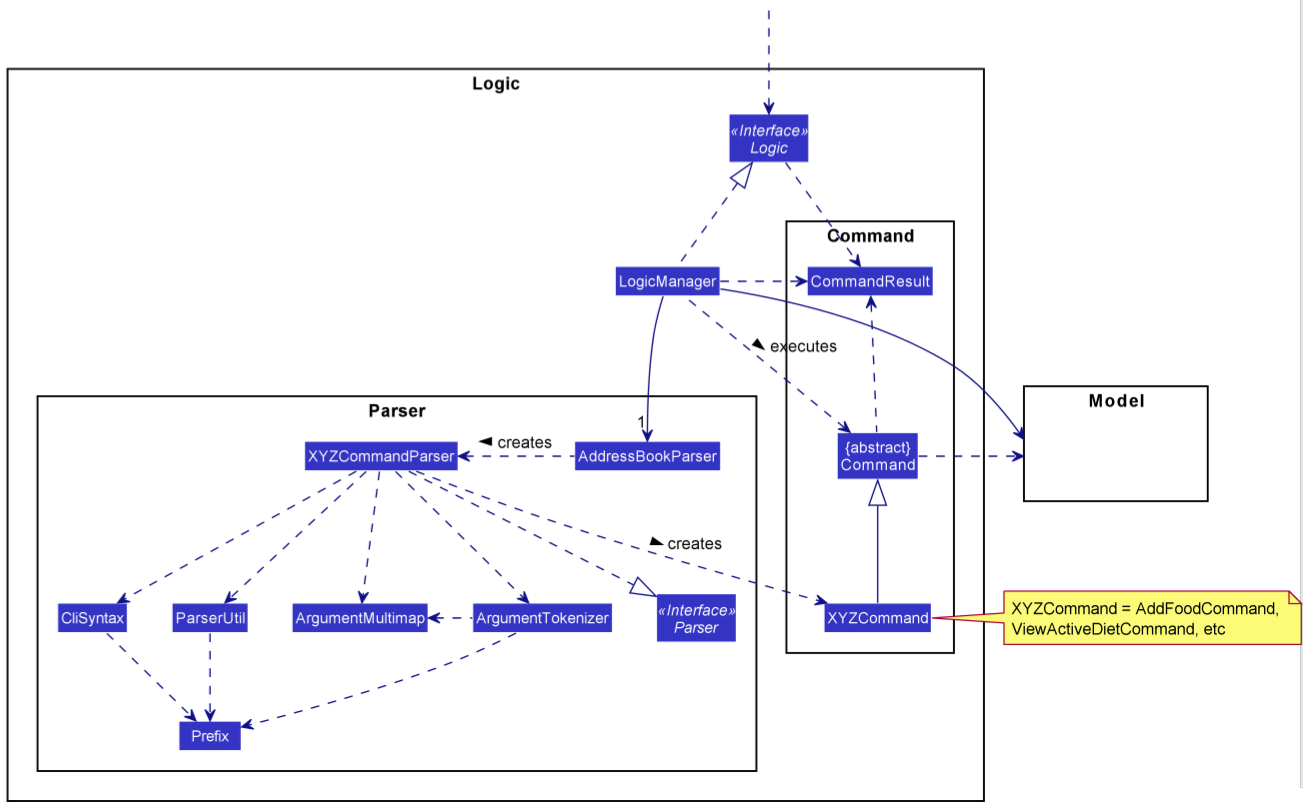
The PlantUML diagram docs/images/LogicClassDiagram.png in nus-cs2103-AY2021S2/tp, before a commit. Its source is kept beside it as docs/diagrams/LogicClassDiagram.puml.
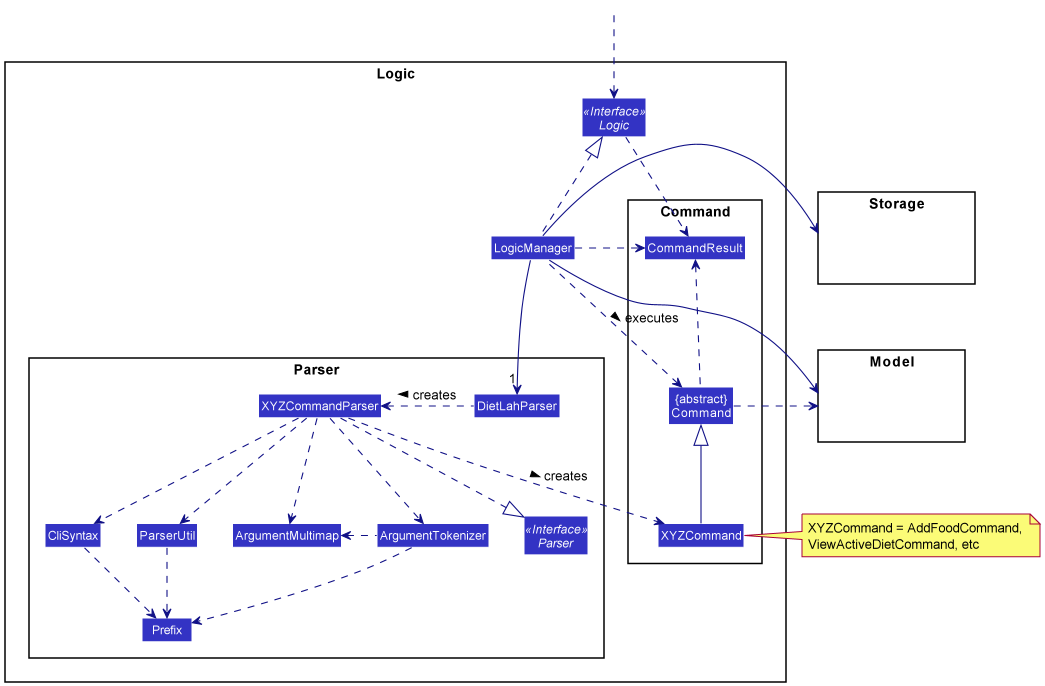
The same diagram one commit later.

Commit message:
Fix logic class diagram

What changed in the source:
```diff
@@ -8,7 +8,7 @@
 
 package Parser {
 Interface Parser <<Interface>>
-Class AddressBookParser
+Class DietLahParser
 Class XYZCommandParser
 Class CliSyntax
 Class ParserUtil
@@ -31,12 +31,16 @@
 Class HiddenModel #FFFFFF
 }
 
+package Storage{
+Class HiddenStorage #FFFFFF
+}
+
 Class HiddenOutside #FFFFFF
 HiddenOutside ..> Logic
 
 LogicManager .up.|> Logic
-LogicManager -->"1" AddressBookParser
-AddressBookParser .left.> XYZCommandParser: creates >
+LogicManager -->"1" DietLahParser
+DietLahParser .left.> XYZCommandParser: creates >
 
 XYZCommandParser ..> XYZCommand : creates >
 XYZCommandParser ..|> Parser
@@ -52,6 +56,7 @@
 LogicManager .left.> Command : executes >
 
 LogicManager --> Model
+LogicManager -> Storage
 Command .right.> Model
 note right of XYZCommand: XYZCommand = AddFoodCommand, \nViewActiveDietCommand, etc
 
```
